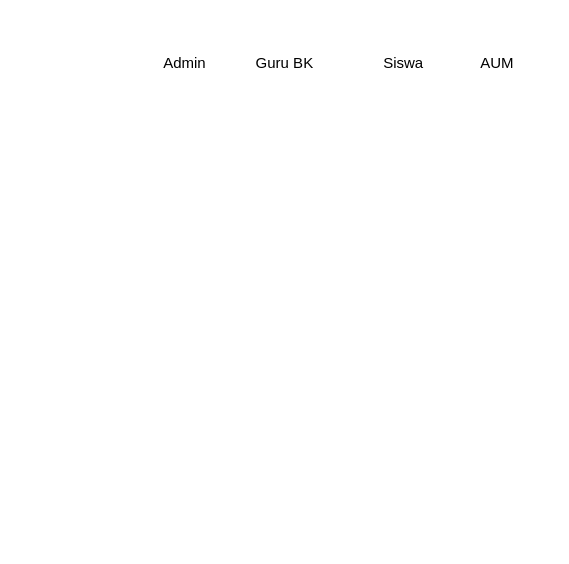
Before: High-Level/AUM/Activity.drawio in Fyonietz/Project-Architectures, a draw.io diagram. Source tidied: cells renumbered, new cells numbered last; positions are measured from the earlier drawing's top-left corner, leaving out a move shared by most shapes. Both pictures are drawn from the tidied source at 125%, with x=0, y=0 at pixel (146, 44).
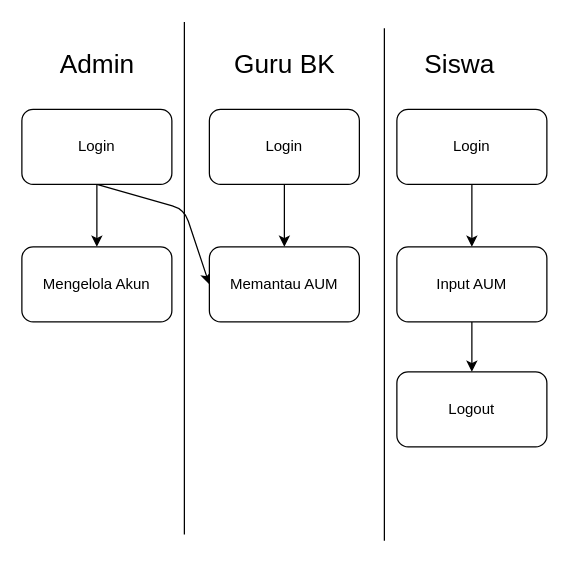
The same diagram, later.

Change to the diagram source:
```diff
@@
-    <mxCell id="2" value="Admin" style="text;html=1;align=center;verticalAlign=middle;strokeColor=none;fillColor=none;" parent="1" vertex="1">
-      <mxGeometry width="60" height="30" as="geometry" />
+    <mxCell id="2" value="Admin" style="text;html=1;align=center;verticalAlign=middle;strokeColor=none;fillColor=none;fontSize=21;" parent="1" vertex="1">
+      <mxGeometry x="-80" y="-5" width="80" height="40" as="geometry" />
     </mxCell>
-    <mxCell id="3" value="Guru BK" style="text;html=1;align=center;verticalAlign=middle;strokeColor=none;fillColor=none;" parent="1" vertex="1">
-      <mxGeometry x="75" width="70" height="30" as="geometry" />
+    <mxCell id="3" value="Guru BK" style="text;html=1;align=center;verticalAlign=middle;strokeColor=none;fillColor=none;fontSize=21;" parent="1" vertex="1">
+      <mxGeometry x="60" y="-5" width="100" height="40" as="geometry" />
     </mxCell>
-    <mxCell id="4" value="Siswa" style="text;html=1;align=center;verticalAlign=middle;strokeColor=none;fillColor=none;" parent="1" vertex="1">
-      <mxGeometry x="175" width="60" height="30" as="geometry" />
+    <mxCell id="4" value="Siswa" style="text;html=1;align=center;verticalAlign=middle;strokeColor=none;fillColor=none;fontSize=21;" parent="1" vertex="1">
+      <mxGeometry x="210" y="-5" width="80" height="40" as="geometry" />
     </mxCell>
-    <mxCell id="5" value="AUM" style="text;html=1;align=center;verticalAlign=middle;strokeColor=none;fillColor=none;" parent="1" vertex="1">
-      <mxGeometry x="255" width="50" height="30" as="geometry" />
-    </mxCell>
+    <mxCell id="6" style="edgeStyle=none;html=1;exitX=0.5;exitY=1;exitDx=0;exitDy=0;entryX=0.5;entryY=0;entryDx=0;entryDy=0;" parent="1" edge="1" source="8" target="9">
+      <mxGeometry relative="1" as="geometry" />
+    </mxCell>
+    <mxCell id="7" style="edgeStyle=none;html=1;exitX=0.5;exitY=1;exitDx=0;exitDy=0;entryX=0;entryY=0.5;entryDx=0;entryDy=0;" parent="1" edge="1" source="8" target="14">
+      <mxGeometry relative="1" as="geometry">
+        <Array as="points">
+          <mxPoint x="30" y="132" />
+        </Array>
+      </mxGeometry>
+    </mxCell>
+    <mxCell id="8" value="Login" style="rounded=1;whiteSpace=wrap;html=1;" parent="1" vertex="1">
+      <mxGeometry x="-100" y="52" width="120" height="60" as="geometry" />
+    </mxCell>
+    <mxCell id="9" value="Mengelola Akun" style="rounded=1;whiteSpace=wrap;html=1;" parent="1" vertex="1">
+      <mxGeometry x="-100" y="162" width="120" height="60" as="geometry" />
+    </mxCell>
+    <mxCell id="10" style="edgeStyle=none;html=1;exitX=0.5;exitY=1;exitDx=0;exitDy=0;entryX=0.5;entryY=0;entryDx=0;entryDy=0;" parent="1" edge="1" source="11" target="14">
+      <mxGeometry relative="1" as="geometry" />
+    </mxCell>
+    <mxCell id="11" value="Login" style="rounded=1;whiteSpace=wrap;html=1;" parent="1" vertex="1">
+      <mxGeometry x="50" y="52" width="120" height="60" as="geometry" />
+    </mxCell>
+    <mxCell id="12" style="edgeStyle=none;html=1;exitX=0.5;exitY=1;exitDx=0;exitDy=0;entryX=0.5;entryY=0;entryDx=0;entryDy=0;" parent="1" edge="1" source="13" target="16">
+      <mxGeometry relative="1" as="geometry" />
+    </mxCell>
+    <mxCell id="13" value="Login" style="rounded=1;whiteSpace=wrap;html=1;" parent="1" vertex="1">
+      <mxGeometry x="200" y="52" width="120" height="60" as="geometry" />
+    </mxCell>
+    <mxCell id="14" value="Memantau AUM" style="rounded=1;whiteSpace=wrap;html=1;" parent="1" vertex="1">
+      <mxGeometry x="50" y="162" width="120" height="60" as="geometry" />
+    </mxCell>
+    <mxCell id="15" style="edgeStyle=none;html=1;exitX=0.5;exitY=1;exitDx=0;exitDy=0;" parent="1" edge="1" source="16" target="17">
+      <mxGeometry relative="1" as="geometry" />
+    </mxCell>
+    <mxCell id="16" value="Input AUM" style="rounded=1;whiteSpace=wrap;html=1;" parent="1" vertex="1">
+      <mxGeometry x="200" y="162" width="120" height="60" as="geometry" />
+    </mxCell>
+    <mxCell id="17" value="Logout" style="rounded=1;whiteSpace=wrap;html=1;" parent="1" vertex="1">
+      <mxGeometry x="200" y="262" width="120" height="60" as="geometry" />
+    </mxCell>
+    <mxCell id="18" style="endArrow=none;html=1;" parent="1" edge="1">
+      <mxGeometry relative="1" as="geometry">
+        <mxPoint x="30" y="392" as="sourcePoint" />
+        <mxPoint x="30" y="-18" as="targetPoint" />
+      </mxGeometry>
+    </mxCell>
+    <mxCell id="19" style="endArrow=none;html=1;" parent="1" edge="1">
+      <mxGeometry relative="1" as="geometry">
+        <mxPoint x="190" y="397" as="sourcePoint" />
+        <mxPoint x="190" y="-13" as="targetPoint" />
+      </mxGeometry>
+    </mxCell>
```
